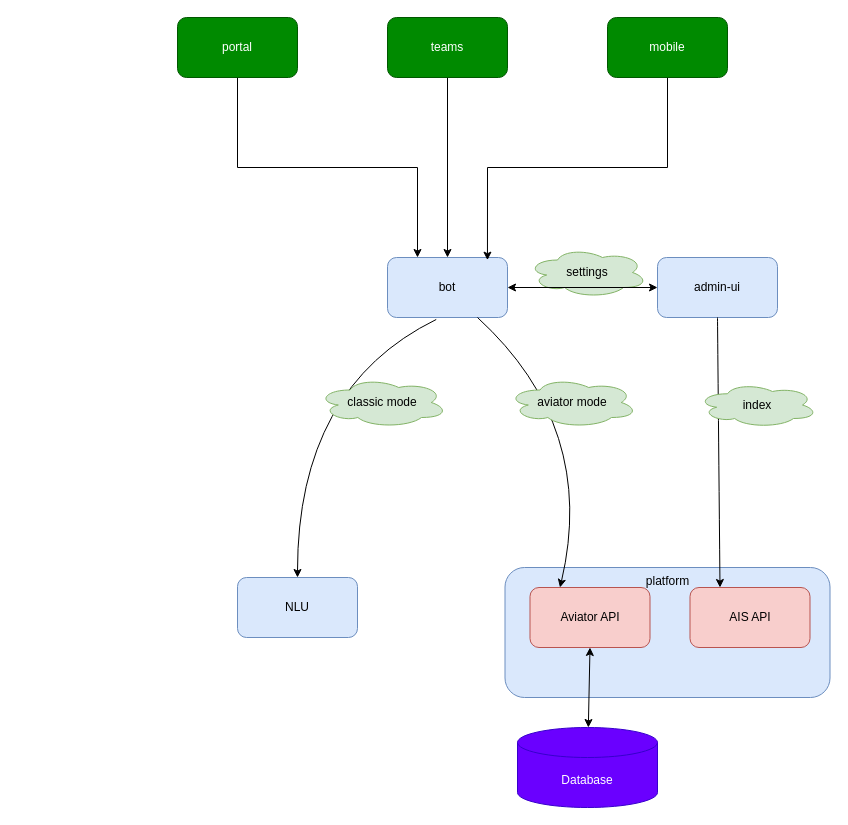
Before: LLM/API adopt.drawio in Ice-YcY/Diagram, a draw.io diagram. Source tidied: cells renumbered, new cells numbered last; positions are measured from the earlier drawing's top-left corner, leaving out a move shared by most shapes. Both pictures are drawn from the tidied source at 100%, with x=0, y=0 at pixel (177, 17).
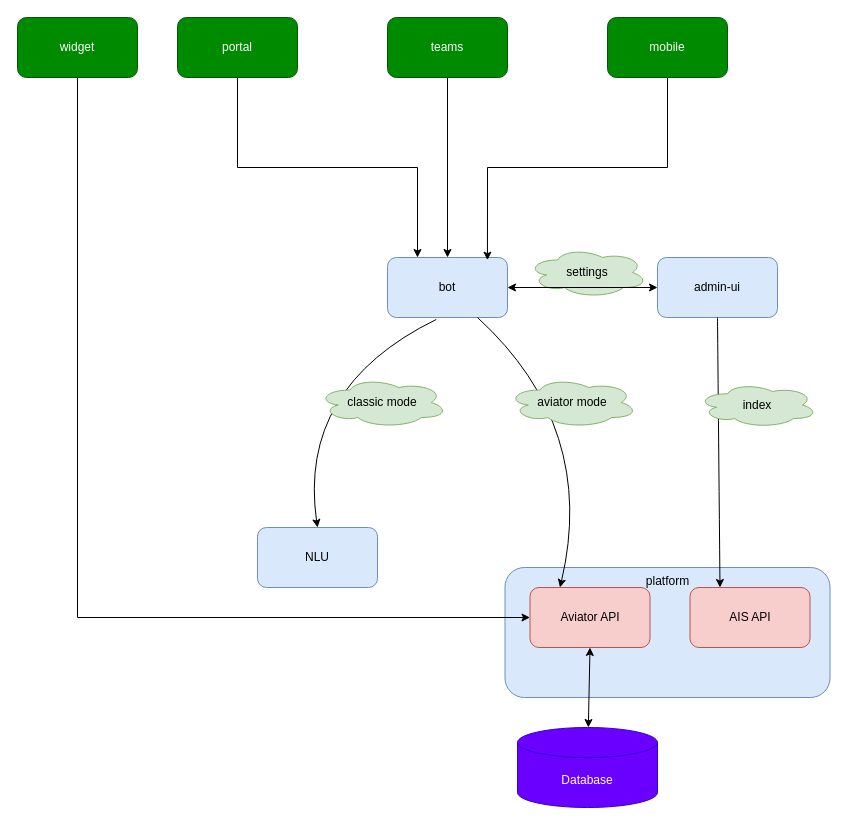
The same page after the edit.

The change refers to these unchanged cells:
```xml
<mxCell id="13" value="Aviator API" style="rounded=1;whiteSpace=wrap;html=1;fillColor=#f8cecc;strokeColor=#b85450;" parent="1" vertex="1">
  <mxGeometry x="352.5" y="570" width="120" height="60" as="geometry" />
</mxCell>
```

Diff of the diagram source:
```diff
@@
     <mxCell id="18" value="NLU" style="rounded=1;whiteSpace=wrap;html=1;fillColor=#dae8fc;strokeColor=#6c8ebf;" parent="1" vertex="1">
-      <mxGeometry x="60" y="560" width="120" height="60" as="geometry" />
+      <mxGeometry x="80" y="510" width="120" height="60" as="geometry" />
     </mxCell>
@@
+    <mxCell id="24" style="edgeStyle=orthogonalEdgeStyle;rounded=0;jettySize=auto;html=1;exitX=0.5;exitY=1;exitDx=0;exitDy=0;entryX=0;entryY=0.5;entryDx=0;entryDy=0;" parent="1" edge="1" source="25" target="13">
+      <mxGeometry relative="1" as="geometry" />
+    </mxCell>
+    <mxCell id="25" value="widget" style="rounded=1;whiteSpace=wrap;html=1;fillColor=#008a00;fontColor=#ffffff;strokeColor=#005700;" parent="1" vertex="1">
+      <mxGeometry x="-160" width="120" height="60" as="geometry" />
+    </mxCell>
```
